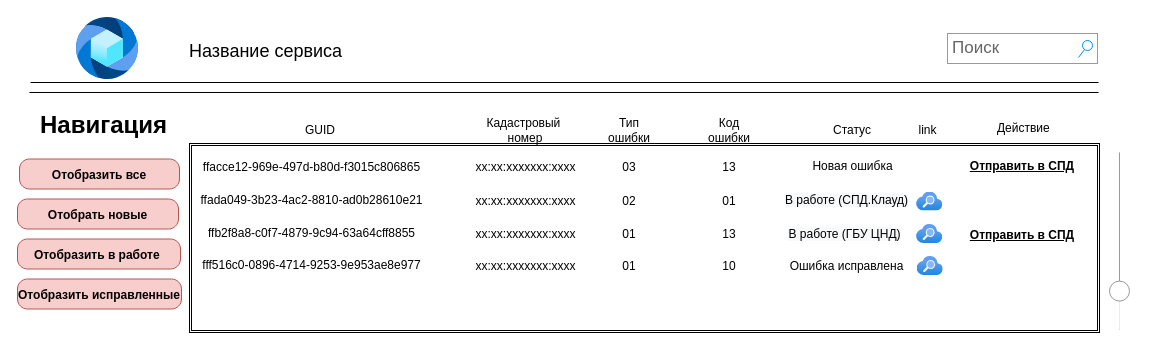
Before: st2.drawio in Swia/WP3, a draw.io diagram. Source tidied: cells renumbered, new cells numbered last; positions are measured from the earlier drawing's top-left corner, leaving out a move shared by most shapes. Both pictures are drawn from the tidied source at 100%, with x=0, y=0 at pixel (17, 17).
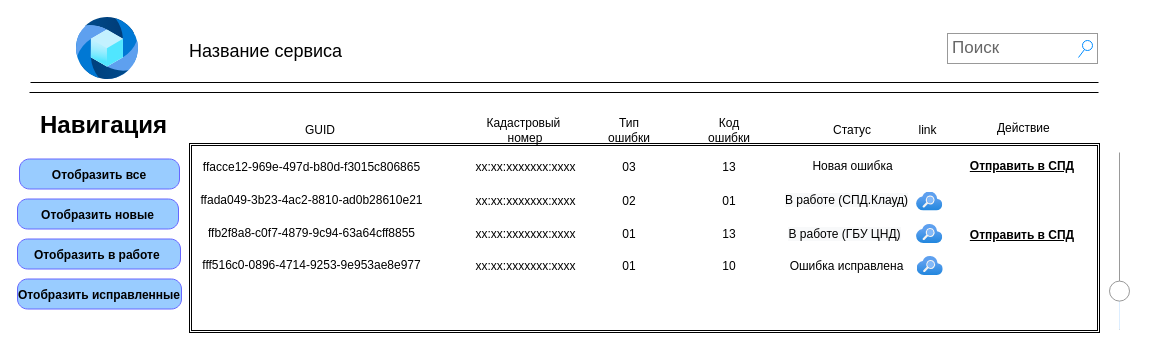
The same page after the edit.

Change to the diagram source:
```diff
@@
-    <mxCell id="5" value="&lt;font style=&quot;font-size: 12px&quot;&gt;Отобразить все&lt;/font&gt;" style="strokeWidth=1;shadow=0;dashed=0;align=center;html=1;shape=mxgraph.mockup.buttons.button;strokeColor=#b85450;mainText=;buttonStyle=round;fontSize=17;fontStyle=1;fillColor=#f8cecc;whiteSpace=wrap;flipH=1;" parent="1" vertex="1">
+    <mxCell id="5" value="&lt;font style=&quot;font-size: 12px&quot;&gt;Отобразить все&lt;/font&gt;" style="strokeWidth=1;shadow=0;dashed=0;align=center;html=1;shape=mxgraph.mockup.buttons.button;mainText=;buttonStyle=round;fontSize=17;fontStyle=1;whiteSpace=wrap;flipH=1;strokeColor=#6666FF;fillColor=#99CCFF;" parent="1" vertex="1">
       <mxGeometry x="2" y="141.5" width="160" height="30" as="geometry" />
     </mxCell>
-    <mxCell id="6" value="&lt;span style=&quot;font-size: 12px&quot;&gt;Отобрать&amp;nbsp;новые&lt;/span&gt;" style="strokeWidth=1;shadow=0;dashed=0;align=center;html=1;shape=mxgraph.mockup.buttons.button;strokeColor=#b85450;mainText=;buttonStyle=round;fontSize=17;fontStyle=1;fillColor=#f8cecc;whiteSpace=wrap;flipH=1;" parent="1" vertex="1">
+    <mxCell id="6" value="&lt;span style=&quot;font-size: 12px&quot;&gt;Отобразить&amp;nbsp;новые&lt;/span&gt;" style="strokeWidth=1;shadow=0;dashed=0;align=center;html=1;shape=mxgraph.mockup.buttons.button;mainText=;buttonStyle=round;fontSize=17;fontStyle=1;whiteSpace=wrap;flipH=1;strokeColor=#6666FF;fillColor=#99CCFF;" parent="1" vertex="1">
       <mxGeometry y="181.5" width="161" height="30" as="geometry" />
     </mxCell>
-    <mxCell id="7" value="&lt;span style=&quot;font-size: 12px&quot;&gt;Отобразить в работе&amp;nbsp;&lt;/span&gt;" style="strokeWidth=1;shadow=0;dashed=0;align=center;html=1;shape=mxgraph.mockup.buttons.button;strokeColor=#b85450;mainText=;buttonStyle=round;fontSize=17;fontStyle=1;fillColor=#f8cecc;whiteSpace=wrap;flipH=1;" parent="1" vertex="1">
+    <mxCell id="7" value="&lt;span style=&quot;font-size: 12px&quot;&gt;Отобразить в работе&amp;nbsp;&lt;/span&gt;" style="strokeWidth=1;shadow=0;dashed=0;align=center;html=1;shape=mxgraph.mockup.buttons.button;mainText=;buttonStyle=round;fontSize=17;fontStyle=1;whiteSpace=wrap;flipH=1;strokeColor=#6666FF;fillColor=#99CCFF;" parent="1" vertex="1">
       <mxGeometry y="221.5" width="163" height="30" as="geometry" />
     </mxCell>
-    <mxCell id="8" value="&lt;span style=&quot;font-size: 12px&quot;&gt;Отобразить&amp;nbsp;&lt;/span&gt;&lt;span style=&quot;font-size: 12px&quot;&gt;исправленные&lt;/span&gt;" style="strokeWidth=1;shadow=0;dashed=0;align=center;html=1;shape=mxgraph.mockup.buttons.button;strokeColor=#b85450;mainText=;buttonStyle=round;fontSize=17;fontStyle=1;fillColor=#f8cecc;whiteSpace=wrap;flipH=1;" parent="1" vertex="1">
+    <mxCell id="8" value="&lt;span style=&quot;font-size: 12px&quot;&gt;Отобразить&amp;nbsp;&lt;/span&gt;&lt;span style=&quot;font-size: 12px&quot;&gt;исправленные&lt;/span&gt;" style="strokeWidth=1;shadow=0;dashed=0;align=center;html=1;shape=mxgraph.mockup.buttons.button;mainText=;buttonStyle=round;fontSize=17;fontStyle=1;whiteSpace=wrap;flipH=1;strokeColor=#6666FF;fillColor=#99CCFF;" parent="1" vertex="1">
       <mxGeometry y="261.5" width="164" height="30" as="geometry" />
     </mxCell>
```
